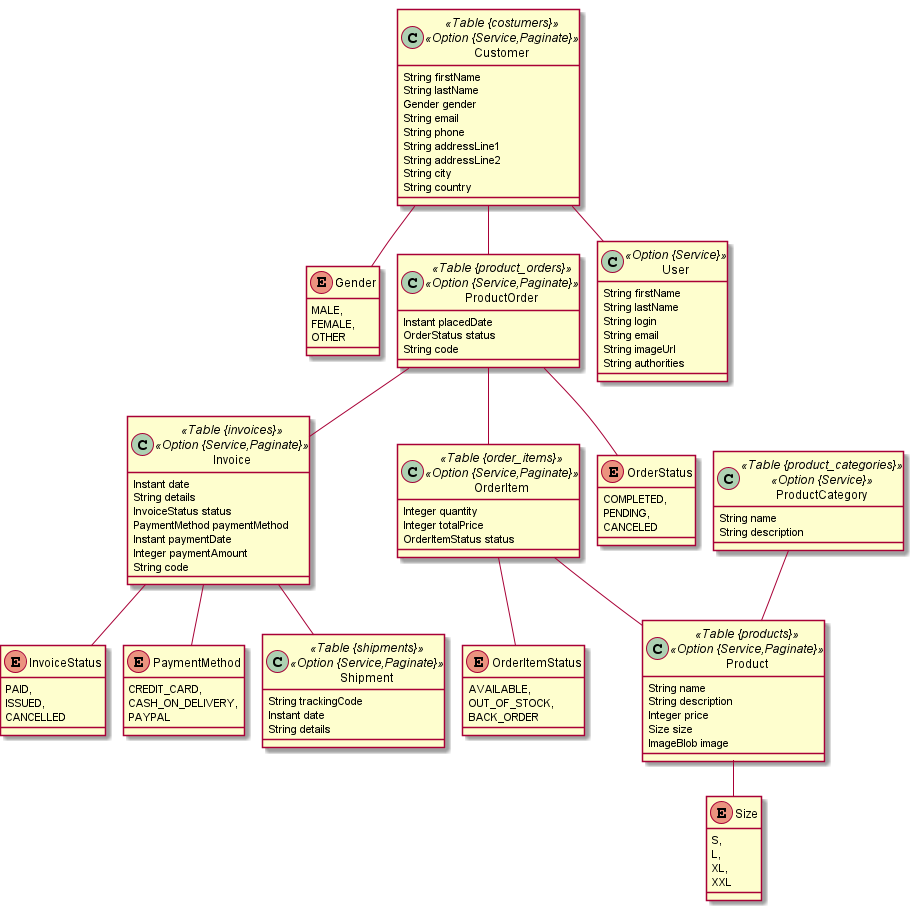
Before: online-store.png, a diagram exported from PlantUML (anohabbah/store).
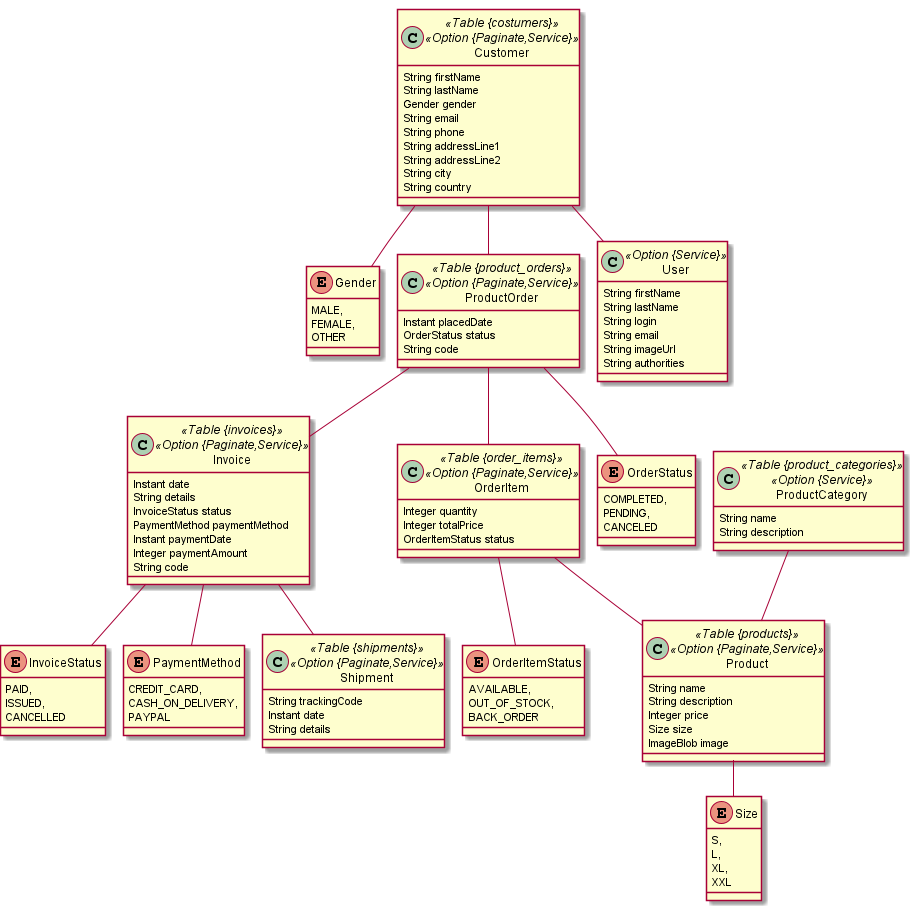
Later version of the same file.

Diff of the diagram source:
```diff
@@ -1,7 +1,7 @@
 @startuml
 	!pragma graphviz_dot jdot
 	!pragma syntax class
-	class Customer <<Table {costumers}>><<Option {Service,Paginate}>> {
+	class Customer <<Table {costumers}>><<Option {Paginate,Service}>> {
 		String firstName
 		String lastName
 		Gender gender
@@ -13,7 +13,7 @@
 		String country
 	}
 	Customer ..> Gender
-	class Invoice <<Table {invoices}>><<Option {Service,Paginate}>> {
+	class Invoice <<Table {invoices}>><<Option {Paginate,Service}>> {
 		Instant date
 		String details
 		InvoiceStatus status
@@ -24,13 +24,13 @@
 	}
 	Invoice ..> InvoiceStatus
 	Invoice ..> PaymentMethod
-	class OrderItem <<Table {order_items}>><<Option {Service,Paginate}>> {
+	class OrderItem <<Table {order_items}>><<Option {Paginate,Service}>> {
 		Integer quantity
 		Integer totalPrice
 		OrderItemStatus status
 	}
 	OrderItem ..> OrderItemStatus
-	class Product <<Table {products}>><<Option {Service,Paginate}>> {
+	class Product <<Table {products}>><<Option {Paginate,Service}>> {
 		String name
 		String description
 		Integer price
@@ -42,13 +42,13 @@
 		String name
 		String description
 	}
-	class ProductOrder <<Table {product_orders}>><<Option {Service,Paginate}>> {
+	class ProductOrder <<Table {product_orders}>><<Option {Paginate,Service}>> {
 		Instant placedDate
 		OrderStatus status
 		String code
 	}
 	ProductOrder ..> OrderStatus
-	class Shipment <<Table {shipments}>><<Option {Service,Paginate}>> {
+	class Shipment <<Table {shipments}>><<Option {Paginate,Service}>> {
 		String trackingCode
 		Instant date
 		String details
```
